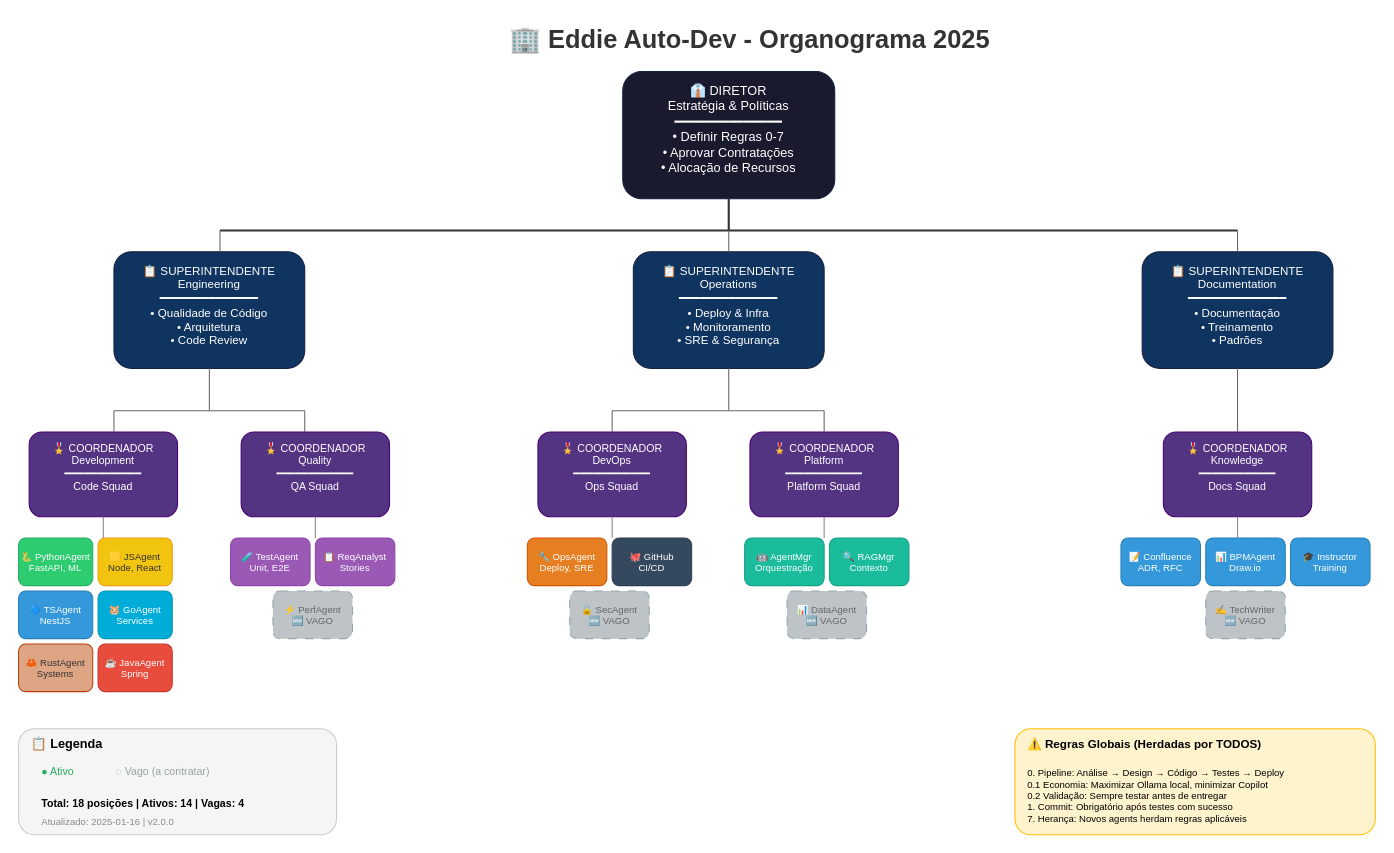
This is diagrams/organograma_eddie_auto_dev.drawio from eddiejdi/eddie-auto-dev, a draw.io file, before an edit. Source tidied: cells renumbered, new cells numbered last; positions are measured from the earlier drawing's top-left corner, leaving out a move shared by most shapes. Both pictures are drawn from the tidied source at 106%, with x=0, y=0 at pixel (18, 18).
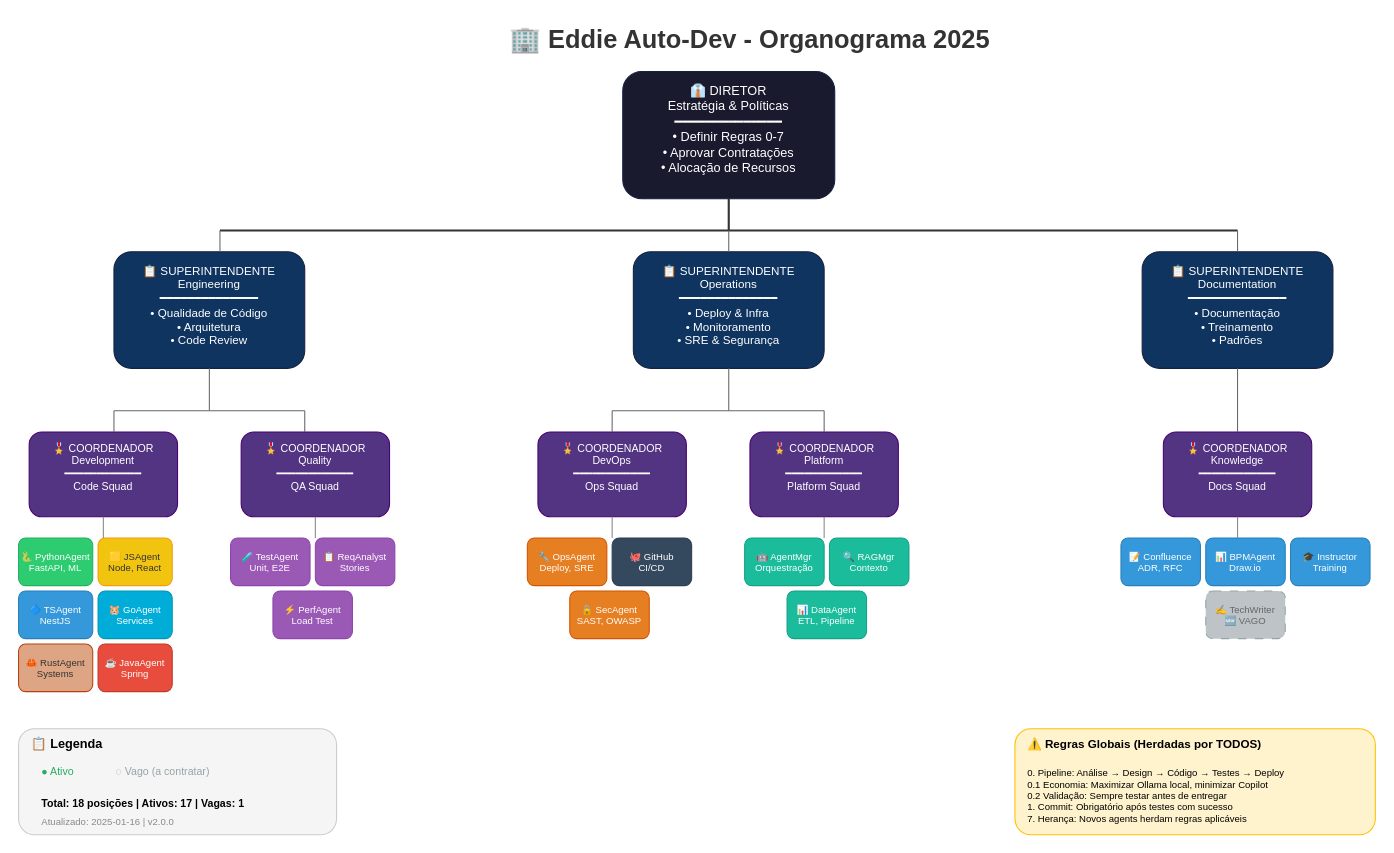
After the change.

Commit message:
docs: atualizar organograma com novos agents contratados

Change to the diagram source:
```diff
@@
-    <mxCell id="27" value="⚡ PerfAgent&#10;🆕 VAGO" style="rounded=1;whiteSpace=wrap;html=1;fillColor=#bdc3c7;strokeColor=#95a5a6;fontColor=#666666;fontSize=9;dashed=1;dashPattern=8 8;" parent="1" vertex="1">
+    <mxCell id="27" value="⚡ PerfAgent&#10;Load Test" style="rounded=1;whiteSpace=wrap;html=1;fillColor=#9b59b6;strokeColor=#8e44ad;fontColor=#ffffff;fontSize=9;" parent="1" vertex="1">
       <mxGeometry x="240" y="540" width="75" height="45" as="geometry" />
     </mxCell>
@@
-    <mxCell id="37" value="🔒 SecAgent&#10;🆕 VAGO" style="rounded=1;whiteSpace=wrap;html=1;fillColor=#bdc3c7;strokeColor=#95a5a6;fontColor=#666666;fontSize=9;dashed=1;dashPattern=8 8;" parent="1" vertex="1">
+    <mxCell id="37" value="🔒 SecAgent&#10;SAST, OWASP" style="rounded=1;whiteSpace=wrap;html=1;fillColor=#e67e22;strokeColor=#d35400;fontColor=#ffffff;fontSize=9;" parent="1" vertex="1">
       <mxGeometry x="520" y="540" width="75" height="45" as="geometry" />
     </mxCell>
@@
-    <mxCell id="41" value="📊 DataAgent&#10;🆕 VAGO" style="rounded=1;whiteSpace=wrap;html=1;fillColor=#bdc3c7;strokeColor=#95a5a6;fontColor=#666666;fontSize=9;dashed=1;dashPattern=8 8;" parent="1" vertex="1">
+    <mxCell id="41" value="📊 DataAgent&#10;ETL, Pipeline" style="rounded=1;whiteSpace=wrap;html=1;fillColor=#1abc9c;strokeColor=#16a085;fontColor=#ffffff;fontSize=9;" parent="1" vertex="1">
       <mxGeometry x="725" y="540" width="75" height="45" as="geometry" />
     </mxCell>
@@
-    <mxCell id="54" value="Total: 18 posições | Ativos: 14 | Vagas: 4" style="text;html=1;strokeColor=none;fillColor=none;align=left;verticalAlign=middle;whiteSpace=wrap;rounded=0;fontSize=10;fontStyle=1;" parent="1" vertex="1">
+    <mxCell id="54" value="Total: 18 posições | Ativos: 17 | Vagas: 1" style="text;html=1;strokeColor=none;fillColor=none;align=left;verticalAlign=middle;whiteSpace=wrap;rounded=0;fontSize=10;fontStyle=1;" parent="1" vertex="1">
       <mxGeometry x="20" y="730" width="250" height="20" as="geometry" />
     </mxCell>
```
